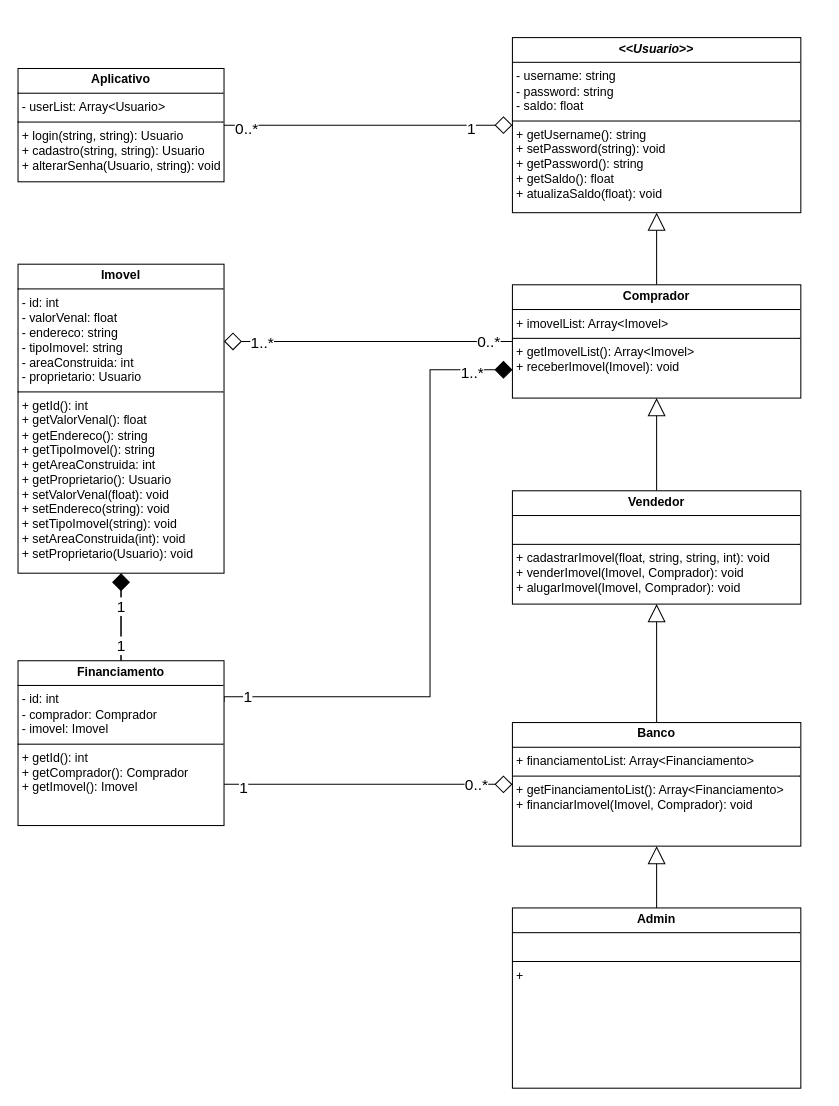
Above: aps/trabalho-aps.drawio in joana-lima/smd-projects (draw.io), before the change. Source tidied: cells renumbered, new cells numbered last; positions are measured from the earlier drawing's top-left corner, leaving out a move shared by most shapes. Both pictures are drawn from the tidied source at 103%, with x=0, y=0 at pixel (18, 37).
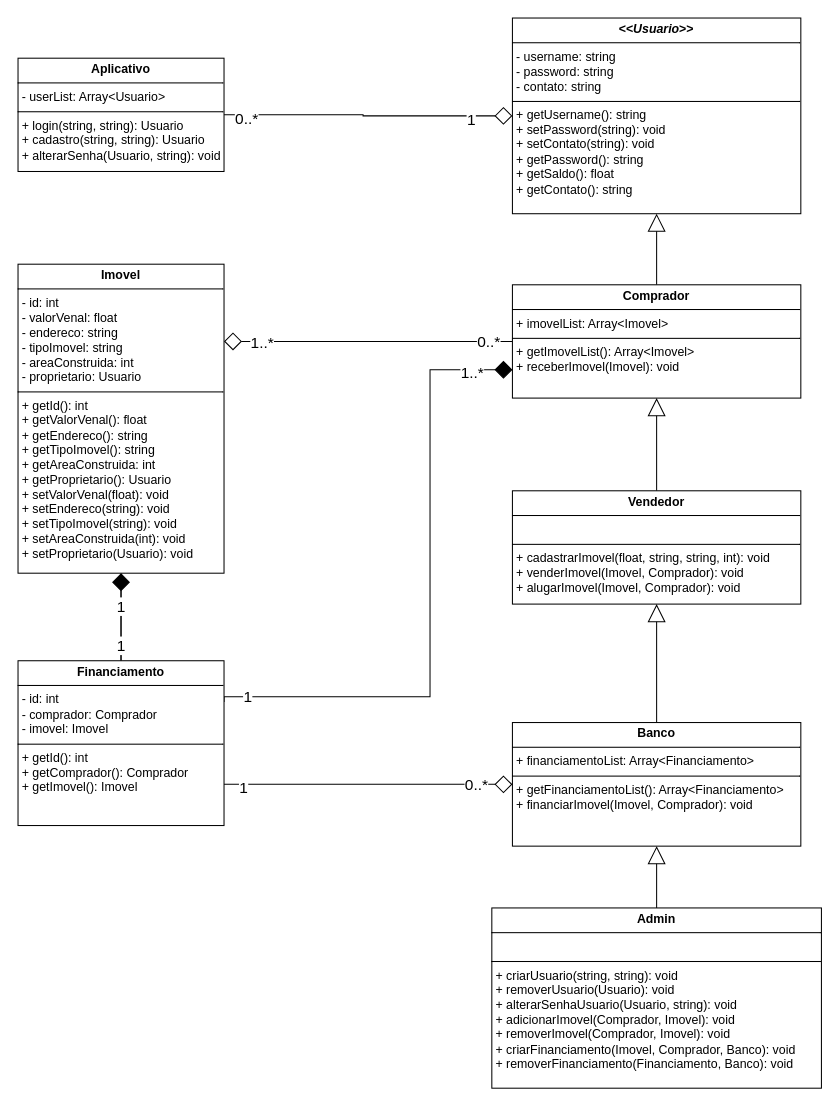
Above is the later version.

What changed in the source:
```diff
@@
-    <mxCell id="2" value="&lt;p style=&quot;margin:0px;margin-top:4px;text-align:center;&quot;&gt;&lt;b&gt;&amp;lt;&amp;lt;&lt;i&gt;Usuario&lt;/i&gt;&amp;gt;&amp;gt;&lt;/b&gt;&lt;/p&gt;&lt;hr size=&quot;1&quot; style=&quot;border-style:solid;&quot;&gt;&lt;p style=&quot;margin:0px;margin-left:4px;&quot;&gt;- username: string&lt;/p&gt;&lt;p style=&quot;margin:0px;margin-left:4px;&quot;&gt;- password: string&lt;/p&gt;&lt;p style=&quot;margin:0px;margin-left:4px;&quot;&gt;- saldo: float&lt;br&gt;&lt;/p&gt;&lt;hr size=&quot;1&quot; style=&quot;border-style:solid;&quot;&gt;&lt;p style=&quot;margin:0px;margin-left:4px;&quot;&gt;+ getUsername(): string&lt;/p&gt;&lt;p style=&quot;margin:0px;margin-left:4px;&quot;&gt;+ setPassword(string): void&lt;/p&gt;&lt;p style=&quot;margin:0px;margin-left:4px;&quot;&gt;+ getPassword(): string&lt;/p&gt;&lt;p style=&quot;margin:0px;margin-left:4px;&quot;&gt;+ getSaldo(): float&lt;/p&gt;&lt;p style=&quot;margin:0px;margin-left:4px;&quot;&gt;+ atualizaSaldo(float): void&lt;br&gt;&lt;/p&gt;" style="verticalAlign=top;align=left;overflow=fill;html=1;whiteSpace=wrap;" parent="1" vertex="1">
-      <mxGeometry x="480" width="280" height="170" as="geometry" />
+    <mxCell id="2" value="&lt;p style=&quot;margin:0px;margin-top:4px;text-align:center;&quot;&gt;&lt;b&gt;&amp;lt;&amp;lt;&lt;i&gt;Usuario&lt;/i&gt;&amp;gt;&amp;gt;&lt;/b&gt;&lt;/p&gt;&lt;hr size=&quot;1&quot; style=&quot;border-style:solid;&quot;&gt;&lt;p style=&quot;margin:0px;margin-left:4px;&quot;&gt;- username: string&lt;/p&gt;&lt;p style=&quot;margin:0px;margin-left:4px;&quot;&gt;- password: string&lt;/p&gt;&lt;p style=&quot;margin:0px;margin-left:4px;&quot;&gt;- contato: string&lt;br&gt;&lt;/p&gt;&lt;hr size=&quot;1&quot; style=&quot;border-style:solid;&quot;&gt;&lt;p style=&quot;margin:0px;margin-left:4px;&quot;&gt;+ getUsername(): string&lt;/p&gt;&lt;p style=&quot;margin:0px;margin-left:4px;&quot;&gt;+ setPassword(string): void&lt;/p&gt;&lt;p style=&quot;margin:0px;margin-left:4px;&quot;&gt;+ setContato(string): void&lt;br&gt;&lt;/p&gt;&lt;p style=&quot;margin:0px;margin-left:4px;&quot;&gt;+ getPassword(): string&lt;/p&gt;&lt;p style=&quot;margin:0px;margin-left:4px;&quot;&gt;+ getSaldo(): float&lt;br&gt;&lt;/p&gt;&lt;p style=&quot;margin:0px;margin-left:4px;&quot;&gt;+ getContato(): string&lt;/p&gt;" style="verticalAlign=top;align=left;overflow=fill;html=1;whiteSpace=wrap;" parent="1" vertex="1">
+      <mxGeometry x="480" y="-19" width="280" height="190" as="geometry" />
     </mxCell>
@@
-    <mxCell id="13" value="&lt;p style=&quot;margin:0px;margin-top:4px;text-align:center;&quot;&gt;&lt;b&gt;Admin&lt;/b&gt;&lt;/p&gt;&lt;hr size=&quot;1&quot; style=&quot;border-style:solid;&quot;&gt;&lt;p style=&quot;margin:0px;margin-left:4px;&quot;&gt;&lt;br&gt;&lt;/p&gt;&lt;hr size=&quot;1&quot; style=&quot;border-style:solid;&quot;&gt;&lt;p style=&quot;margin:0px;margin-left:4px;&quot;&gt;+ &lt;br&gt;&lt;/p&gt;" style="verticalAlign=top;align=left;overflow=fill;html=1;whiteSpace=wrap;" parent="1" vertex="1">
-      <mxGeometry x="480" y="845" width="280" height="175" as="geometry" />
+    <mxCell id="13" value="&lt;p style=&quot;margin:0px;margin-top:4px;text-align:center;&quot;&gt;&lt;b&gt;Admin&lt;/b&gt;&lt;/p&gt;&lt;hr size=&quot;1&quot; style=&quot;border-style:solid;&quot;&gt;&lt;p style=&quot;margin:0px;margin-left:4px;&quot;&gt;&lt;br&gt;&lt;/p&gt;&lt;hr size=&quot;1&quot; style=&quot;border-style:solid;&quot;&gt;&lt;p style=&quot;margin:0px;margin-left:4px;&quot;&gt;+ criarUsuario(string, string): void&lt;/p&gt;&lt;p style=&quot;margin:0px;margin-left:4px;&quot;&gt;+ removerUsuario(Usuario): void&lt;/p&gt;&lt;p style=&quot;margin:0px;margin-left:4px;&quot;&gt;+ alterarSenhaUsuario(Usuario, string): void&lt;br&gt;&lt;/p&gt;&lt;p style=&quot;margin:0px;margin-left:4px;&quot;&gt;+ adicionarImovel(Comprador, Imovel): void&lt;/p&gt;&lt;p style=&quot;margin:0px;margin-left:4px;&quot;&gt;+ removerImovel(Comprador, Imovel): void&lt;/p&gt;&lt;p style=&quot;margin:0px;margin-left:4px;&quot;&gt;+ criarFinanciamento(Imovel, Comprador, Banco): void&lt;/p&gt;&lt;p style=&quot;margin:0px;margin-left:4px;&quot;&gt;+ removerFinanciamento(Financiamento, Banco): void&lt;br&gt;&lt;/p&gt;" style="verticalAlign=top;align=left;overflow=fill;html=1;whiteSpace=wrap;" parent="1" vertex="1">
+      <mxGeometry x="460" y="845" width="320" height="175" as="geometry" />
     </mxCell>
@@
     <mxCell id="17" value="&lt;p style=&quot;margin:0px;margin-top:4px;text-align:center;&quot;&gt;&lt;b&gt;Aplicativo&lt;/b&gt;&lt;br&gt;&lt;/p&gt;&lt;hr size=&quot;1&quot; style=&quot;border-style:solid;&quot;&gt;&lt;p style=&quot;margin:0px;margin-left:4px;&quot;&gt;- userList: Array&amp;lt;Usuario&amp;gt;&lt;br&gt;&lt;/p&gt;&lt;hr size=&quot;1&quot; style=&quot;border-style:solid;&quot;&gt;&lt;p style=&quot;margin:0px;margin-left:4px;&quot;&gt;+ login(string, string): Usuario&lt;br&gt;&lt;/p&gt;&lt;p style=&quot;margin:0px;margin-left:4px;&quot;&gt;+ cadastro(string, string): Usuario&lt;/p&gt;&lt;p style=&quot;margin:0px;margin-left:4px;&quot;&gt;+ alterarSenha(Usuario, string): void&lt;br&gt;&lt;/p&gt;" style="verticalAlign=top;align=left;overflow=fill;html=1;whiteSpace=wrap;" parent="1" vertex="1">
-      <mxGeometry y="30" width="200" height="110" as="geometry" />
+      <mxGeometry y="20" width="200" height="110" as="geometry" />
     </mxCell>
```
